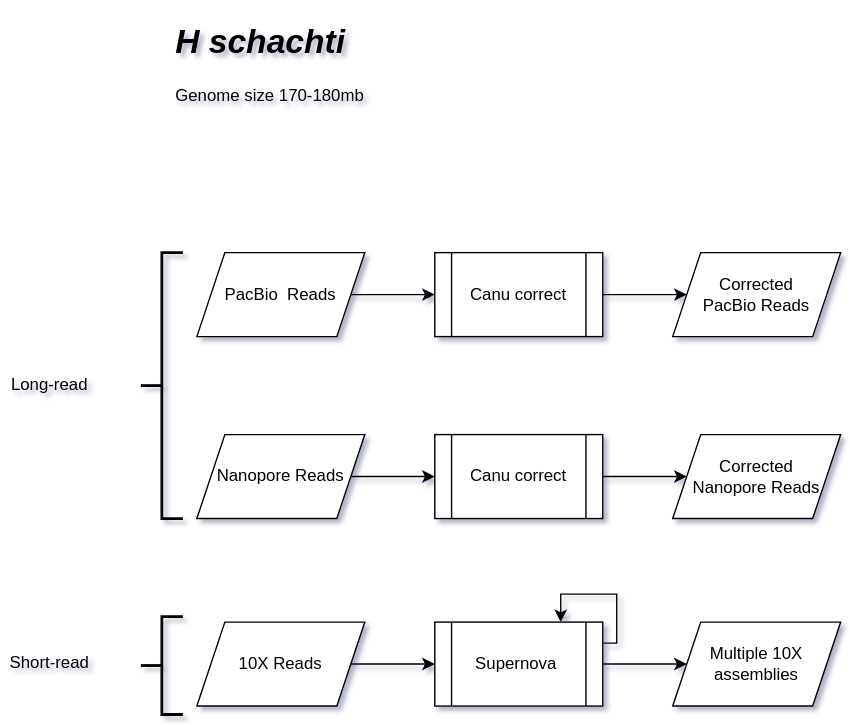
The draw.io diagram gene_families/Untitled Diagram.svg in Jorisvansteenbrugge/scripts, before a commit. Source tidied: cells renumbered, new cells last; positions are measured from the earlier drawing's top-left corner, leaving out a move shared by most shapes.
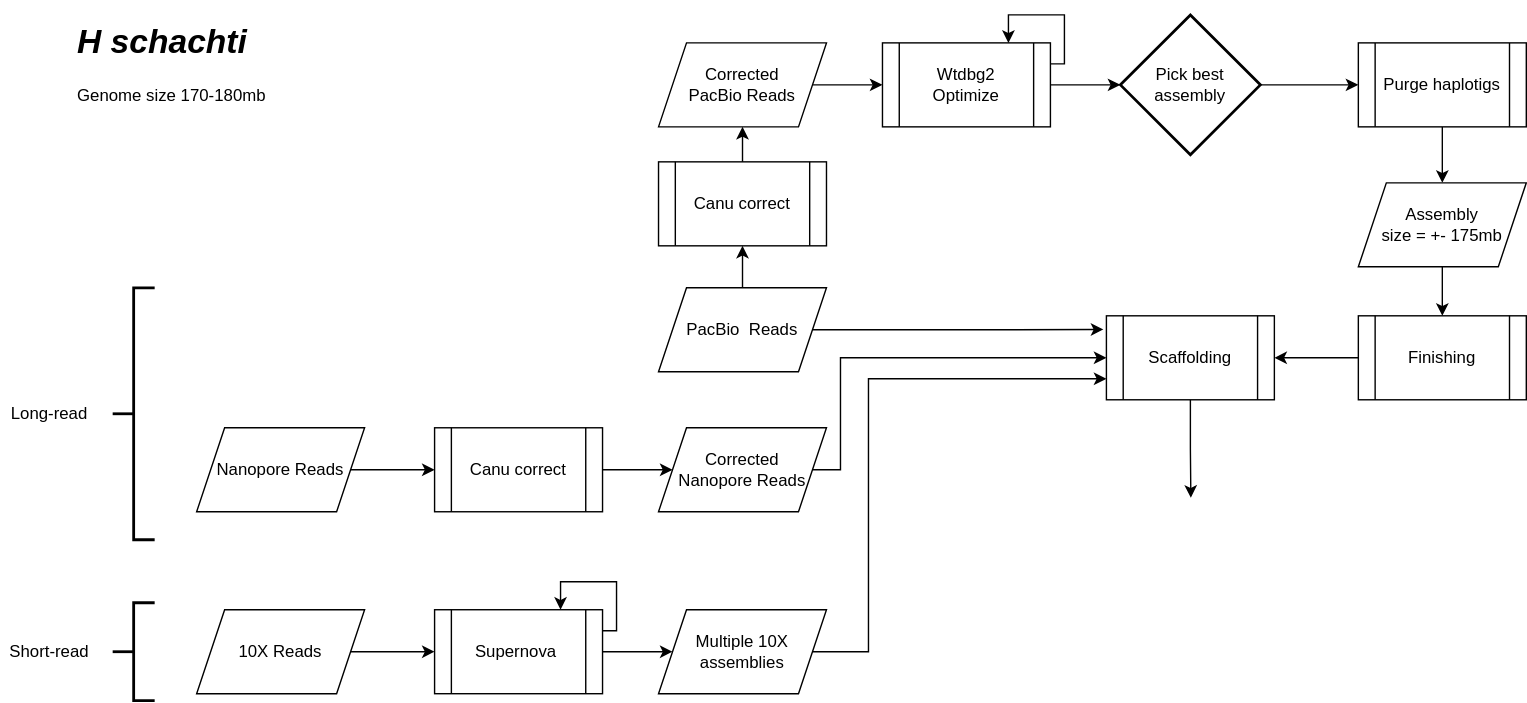
Later version of the same file.

Change to the diagram source:
```diff
@@ -2,46 +2,68 @@
   <root>
     <mxCell id="0" />
     <mxCell id="1" parent="0" />
+    <mxCell id="23" style="edgeStyle=orthogonalEdgeStyle;rounded=0;jettySize=auto;html=1;exitX=1;exitY=0.5;exitDx=0;exitDy=0;entryX=-0.018;entryY=0.163;entryDx=0;entryDy=0;entryPerimeter=0;" parent="1" edge="1" source="2" target="39">
+      <mxGeometry relative="1" as="geometry" />
+    </mxCell>
     <mxCell id="2" value="PacBio&amp;nbsp; Reads" style="shape=parallelogram;perimeter=parallelogramPerimeter;whiteSpace=wrap;html=1;fixedSize=1;" parent="1" vertex="1">
-      <mxGeometry x="140" y="170" width="120" height="60" as="geometry" />
+      <mxGeometry x="470" y="130" width="120" height="60" as="geometry" />
     </mxCell>
     <mxCell id="3" value="Nanopore Reads" style="shape=parallelogram;perimeter=parallelogramPerimeter;whiteSpace=wrap;html=1;fixedSize=1;" parent="1" vertex="1">
-      <mxGeometry x="140" y="300" width="120" height="60" as="geometry" />
+      <mxGeometry x="140" y="230" width="120" height="60" as="geometry" />
     </mxCell>
     <mxCell id="4" style="edgeStyle=orthogonalEdgeStyle;rounded=0;jettySize=auto;html=1;exitX=1;exitY=0.5;exitDx=0;exitDy=0;entryX=0;entryY=0.5;entryDx=0;entryDy=0;" parent="1" edge="1" source="5" target="12">
       <mxGeometry relative="1" as="geometry" />
     </mxCell>
     <mxCell id="5" value="10X Reads" style="shape=parallelogram;perimeter=parallelogramPerimeter;whiteSpace=wrap;html=1;fixedSize=1;" parent="1" vertex="1">
-      <mxGeometry x="140" y="434" width="120" height="60" as="geometry" />
+      <mxGeometry x="140" y="360" width="120" height="60" as="geometry" />
     </mxCell>
     <mxCell id="6" value="Canu correct" style="shape=process;whiteSpace=wrap;html=1;backgroundOutline=1;" parent="1" vertex="1">
-      <mxGeometry x="310" y="170" width="120" height="60" as="geometry" />
+      <mxGeometry x="470" y="40" width="120" height="60" as="geometry" />
     </mxCell>
     <mxCell id="7" style="edgeStyle=orthogonalEdgeStyle;rounded=0;jettySize=auto;html=1;exitX=1;exitY=0.5;exitDx=0;exitDy=0;entryX=0;entryY=0.5;entryDx=0;entryDy=0;" parent="1" edge="1" source="8" target="9">
       <mxGeometry relative="1" as="geometry" />
     </mxCell>
     <mxCell id="8" value="Canu correct" style="shape=process;whiteSpace=wrap;html=1;backgroundOutline=1;" parent="1" vertex="1">
-      <mxGeometry x="310" y="300" width="120" height="60" as="geometry" />
+      <mxGeometry x="310" y="230" width="120" height="60" as="geometry" />
     </mxCell>
+    <mxCell id="24" style="edgeStyle=orthogonalEdgeStyle;rounded=0;jettySize=auto;html=1;exitX=1;exitY=0.5;exitDx=0;exitDy=0;entryX=0;entryY=0.5;entryDx=0;entryDy=0;" parent="1" edge="1" source="9" target="39">
+      <mxGeometry relative="1" as="geometry">
+        <Array as="points">
+          <mxPoint x="600" y="260" />
+          <mxPoint x="600" y="180" />
+        </Array>
+      </mxGeometry>
+    </mxCell>
     <mxCell id="9" value="Corrected&lt;br&gt;Nanopore Reads&lt;br&gt;" style="shape=parallelogram;perimeter=parallelogramPerimeter;whiteSpace=wrap;html=1;fixedSize=1;" parent="1" vertex="1">
-      <mxGeometry x="480" y="300" width="120" height="60" as="geometry" />
+      <mxGeometry x="470" y="230" width="120" height="60" as="geometry" />
     </mxCell>
+    <mxCell id="25" style="edgeStyle=orthogonalEdgeStyle;rounded=0;jettySize=auto;html=1;exitX=1;exitY=0.5;exitDx=0;exitDy=0;entryX=0;entryY=0.5;entryDx=0;entryDy=0;" parent="1" edge="1" source="10" target="28">
+      <mxGeometry relative="1" as="geometry" />
+    </mxCell>
     <mxCell id="10" value="Corrected&lt;br&gt;PacBio Reads" style="shape=parallelogram;perimeter=parallelogramPerimeter;whiteSpace=wrap;html=1;fixedSize=1;" parent="1" vertex="1">
-      <mxGeometry x="480" y="170" width="120" height="60" as="geometry" />
+      <mxGeometry x="470" y="-45" width="120" height="60" as="geometry" />
     </mxCell>
     <mxCell id="11" style="edgeStyle=orthogonalEdgeStyle;rounded=0;jettySize=auto;html=1;exitX=1;exitY=0.5;exitDx=0;exitDy=0;" parent="1" edge="1" source="12" target="13">
       <mxGeometry relative="1" as="geometry" />
     </mxCell>
     <mxCell id="12" value="Supernova&amp;nbsp;&lt;br&gt;" style="shape=process;whiteSpace=wrap;html=1;backgroundOutline=1;" parent="1" vertex="1">
-      <mxGeometry x="310" y="434" width="120" height="60" as="geometry" />
+      <mxGeometry x="310" y="360" width="120" height="60" as="geometry" />
     </mxCell>
+    <mxCell id="26" style="edgeStyle=orthogonalEdgeStyle;rounded=0;jettySize=auto;html=1;exitX=1;exitY=0.5;exitDx=0;exitDy=0;entryX=0;entryY=0.75;entryDx=0;entryDy=0;" parent="1" edge="1" source="13" target="39">
+      <mxGeometry relative="1" as="geometry">
+        <Array as="points">
+          <mxPoint x="620" y="390" />
+          <mxPoint x="620" y="195" />
+        </Array>
+      </mxGeometry>
+    </mxCell>
     <mxCell id="13" value="Multiple 10X assemblies" style="shape=parallelogram;perimeter=parallelogramPerimeter;whiteSpace=wrap;html=1;fixedSize=1;" parent="1" vertex="1">
-      <mxGeometry x="480" y="434" width="120" height="60" as="geometry" />
+      <mxGeometry x="470" y="360" width="120" height="60" as="geometry" />
     </mxCell>
-    <mxCell id="14" style="endArrow=classic;html=1;exitX=1;exitY=0.5;exitDx=0;exitDy=0;entryX=0;entryY=0.5;entryDx=0;entryDy=0;" parent="1" edge="1" source="2" target="6">
+    <mxCell id="14" style="endArrow=classic;html=1;exitX=0.5;exitY=0;exitDx=0;exitDy=0;entryX=0.5;entryY=1;entryDx=0;entryDy=0;" parent="1" edge="1" source="2" target="6">
       <mxGeometry relative="1" as="geometry" />
     </mxCell>
-    <mxCell id="15" style="endArrow=classic;html=1;exitX=1;exitY=0.5;exitDx=0;exitDy=0;entryX=0;entryY=0.5;entryDx=0;entryDy=0;" parent="1" edge="1" source="6" target="10">
+    <mxCell id="15" style="endArrow=classic;html=1;exitX=0.5;exitY=0;exitDx=0;exitDy=0;entryX=0.5;entryY=1;entryDx=0;entryDy=0;" parent="1" edge="1" source="6" target="10">
       <mxGeometry relative="1" as="geometry" />
     </mxCell>
     <mxCell id="16" style="endArrow=classic;html=1;exitX=1;exitY=0.5;exitDx=0;exitDy=0;entryX=0;entryY=0.5;entryDx=0;entryDy=0;" parent="1" edge="1" source="3" target="8">
@@ -50,26 +72,73 @@
     <mxCell id="17" style="edgeStyle=orthogonalEdgeStyle;rounded=0;orthogonalLoop=1;jettySize=auto;html=1;exitX=1;exitY=0.25;exitDx=0;exitDy=0;entryX=0.75;entryY=0;entryDx=0;entryDy=0;" parent="1" edge="1" source="12" target="12">
       <mxGeometry relative="1" as="geometry">
         <Array as="points">
-          <mxPoint x="440" y="449" />
-          <mxPoint x="440" y="414" />
-          <mxPoint x="400" y="414" />
+          <mxPoint x="440" y="375" />
+          <mxPoint x="440" y="340" />
+          <mxPoint x="400" y="340" />
         </Array>
       </mxGeometry>
     </mxCell>
     <mxCell id="18" value="&lt;h1&gt;&lt;i&gt;H schachti&lt;/i&gt;&lt;/h1&gt;&lt;p&gt;Genome size 170-180mb&lt;/p&gt;" style="text;html=1;strokeColor=none;fillColor=none;spacing=5;spacingTop=-20;whiteSpace=wrap;overflow=hidden;rounded=0;" parent="1" vertex="1">
-      <mxGeometry x="120" width="190" height="120" as="geometry" />
+      <mxGeometry x="50" y="-65" width="190" height="120" as="geometry" />
     </mxCell>
     <mxCell id="19" style="strokeWidth=2;html=1;shape=mxgraph.flowchart.annotation_2;align=left;labelPosition=right;" parent="1" vertex="1">
-      <mxGeometry x="100" y="170" width="30" height="190" as="geometry" />
+      <mxGeometry x="80" y="130" width="30" height="180" as="geometry" />
     </mxCell>
     <mxCell id="20" value="Long-read" style="text;html=1;strokeColor=none;fillColor=none;align=center;verticalAlign=middle;whiteSpace=wrap;rounded=0;" parent="1" vertex="1">
-      <mxGeometry y="255" width="70" height="20" as="geometry" />
+      <mxGeometry y="210" width="70" height="20" as="geometry" />
     </mxCell>
     <mxCell id="21" style="strokeWidth=2;html=1;shape=mxgraph.flowchart.annotation_2;align=left;labelPosition=right;" parent="1" vertex="1">
-      <mxGeometry x="100" y="430" width="30" height="70" as="geometry" />
+      <mxGeometry x="80" y="355" width="30" height="70" as="geometry" />
     </mxCell>
     <mxCell id="22" value="Short-read" style="text;html=1;strokeColor=none;fillColor=none;align=center;verticalAlign=middle;whiteSpace=wrap;rounded=0;" parent="1" vertex="1">
-      <mxGeometry y="453" width="70" height="20" as="geometry" />
+      <mxGeometry y="380" width="70" height="20" as="geometry" />
     </mxCell>
+    <mxCell id="27" style="edgeStyle=orthogonalEdgeStyle;rounded=0;jettySize=auto;html=1;exitX=1;exitY=0.5;exitDx=0;exitDy=0;entryX=0;entryY=0.5;entryDx=0;entryDy=0;entryPerimeter=0;" parent="1" edge="1" source="28" target="32">
+      <mxGeometry relative="1" as="geometry" />
+    </mxCell>
+    <mxCell id="28" value="Wtdbg2&lt;br&gt;Optimize" style="shape=process;whiteSpace=wrap;html=1;backgroundOutline=1;" parent="1" vertex="1">
+      <mxGeometry x="630" y="-45" width="120" height="60" as="geometry" />
+    </mxCell>
+    <mxCell id="29" style="edgeStyle=orthogonalEdgeStyle;rounded=0;jettySize=auto;html=1;exitX=0.5;exitY=1;exitDx=0;exitDy=0;entryX=0.5;entryY=0;entryDx=0;entryDy=0;" parent="1" edge="1" source="30" target="35">
+      <mxGeometry relative="1" as="geometry" />
+    </mxCell>
+    <mxCell id="30" value="Purge haplotigs" style="shape=process;whiteSpace=wrap;html=1;backgroundOutline=1;" parent="1" vertex="1">
+      <mxGeometry x="970" y="-45" width="120" height="60" as="geometry" />
+    </mxCell>
+    <mxCell id="31" style="edgeStyle=orthogonalEdgeStyle;rounded=0;jettySize=auto;html=1;exitX=1;exitY=0.5;exitDx=0;exitDy=0;exitPerimeter=0;entryX=0;entryY=0.5;entryDx=0;entryDy=0;" parent="1" edge="1" source="32" target="30">
+      <mxGeometry relative="1" as="geometry" />
+    </mxCell>
+    <mxCell id="32" value="Pick best assembly" style="strokeWidth=2;html=1;shape=mxgraph.flowchart.decision;whiteSpace=wrap;" parent="1" vertex="1">
+      <mxGeometry x="800" y="-65" width="100" height="100" as="geometry" />
+    </mxCell>
+    <mxCell id="33" style="edgeStyle=orthogonalEdgeStyle;rounded=0;orthogonalLoop=1;jettySize=auto;html=1;exitX=1;exitY=0.25;exitDx=0;exitDy=0;entryX=0.75;entryY=0;entryDx=0;entryDy=0;" parent="1" edge="1" source="28" target="28">
+      <mxGeometry relative="1" as="geometry">
+        <Array as="points">
+          <mxPoint x="760" y="-30" />
+          <mxPoint x="760" y="-65" />
+          <mxPoint x="720" y="-65" />
+        </Array>
+      </mxGeometry>
+    </mxCell>
+    <mxCell id="34" style="edgeStyle=orthogonalEdgeStyle;rounded=0;jettySize=auto;html=1;exitX=0.5;exitY=1;exitDx=0;exitDy=0;entryX=0.5;entryY=0;entryDx=0;entryDy=0;" parent="1" edge="1" source="35" target="37">
+      <mxGeometry relative="1" as="geometry" />
+    </mxCell>
+    <mxCell id="35" value="Assembly&lt;br&gt;size = +- 175mb" style="shape=parallelogram;perimeter=parallelogramPerimeter;whiteSpace=wrap;html=1;fixedSize=1;" parent="1" vertex="1">
+      <mxGeometry x="970" y="55" width="120" height="60" as="geometry" />
+    </mxCell>
+    <mxCell id="36" style="edgeStyle=orthogonalEdgeStyle;rounded=0;jettySize=auto;html=1;exitX=0;exitY=0.5;exitDx=0;exitDy=0;entryX=1;entryY=0.5;entryDx=0;entryDy=0;" parent="1" edge="1" source="37" target="39">
+      <mxGeometry relative="1" as="geometry" />
+    </mxCell>
+    <mxCell id="37" value="Finishing" style="shape=process;whiteSpace=wrap;html=1;backgroundOutline=1;" parent="1" vertex="1">
+      <mxGeometry x="970" y="150" width="120" height="60" as="geometry" />
+    </mxCell>
+    <mxCell id="38" style="edgeStyle=orthogonalEdgeStyle;rounded=0;jettySize=auto;html=1;exitX=0.5;exitY=1;exitDx=0;exitDy=0;" parent="1" edge="1" source="39">
+      <mxGeometry relative="1" as="geometry">
+        <mxPoint x="850.3" y="280" as="targetPoint" />
+      </mxGeometry>
+    </mxCell>
+    <mxCell id="39" value="Scaffolding" style="shape=process;whiteSpace=wrap;html=1;backgroundOutline=1;" parent="1" vertex="1">
+      <mxGeometry x="790" y="150" width="120" height="60" as="geometry" />
+    </mxCell>
   </root>
 </mxGraphModel>
```
